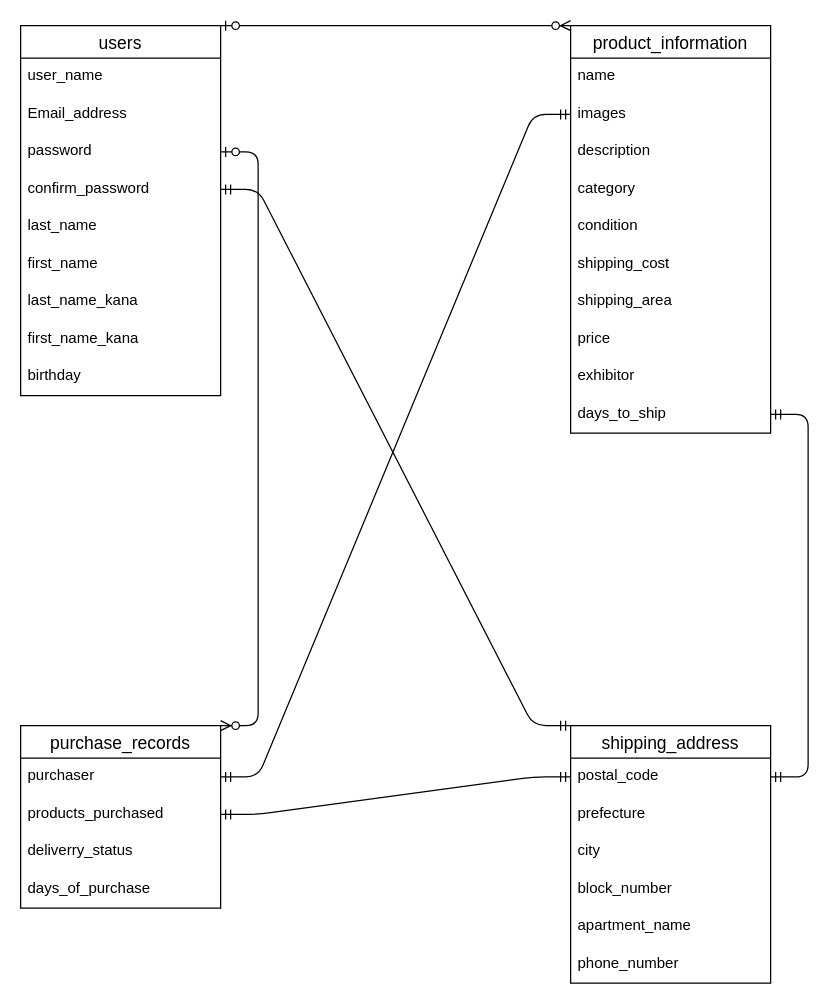
ren6161/furima-39189-d keeps this draw.io diagram as ER.dio. Above is the earlier version. Source tidied: cells renumbered, new cells numbered last; positions are measured from the earlier drawing's top-left corner, leaving out a move shared by most shapes. Both pictures are drawn from the tidied source at 125%, with x=0, y=0 at pixel (20, 25).
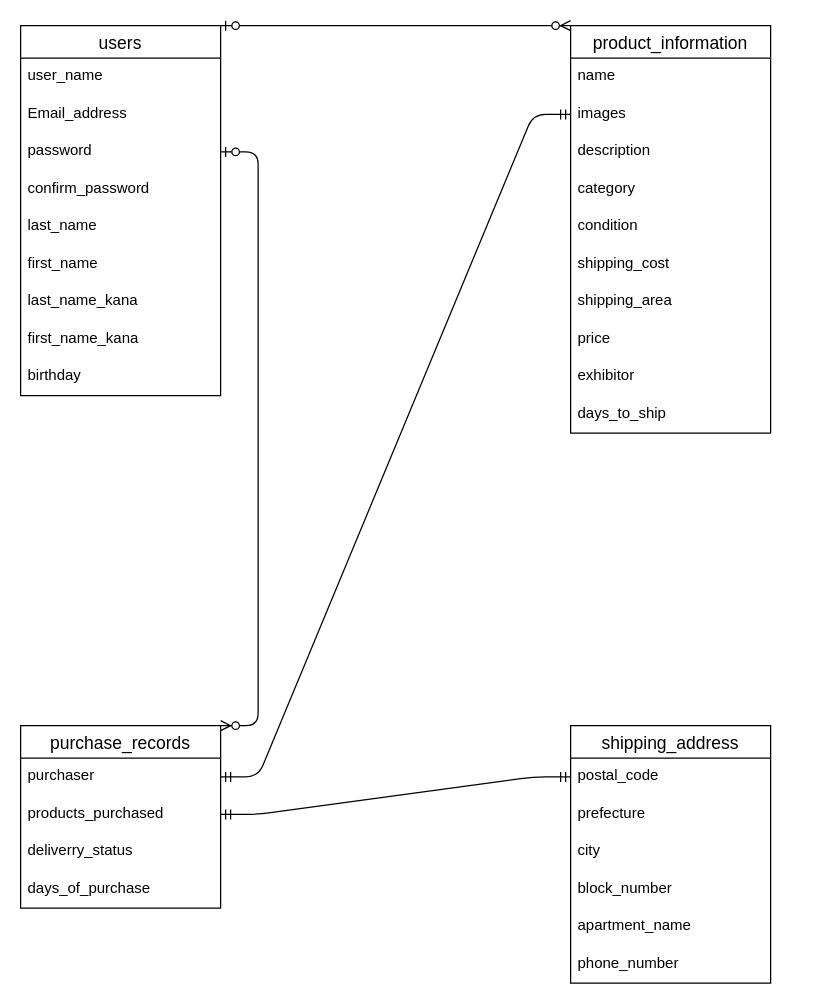
After the change.

Commit message (it also covers changes not shown here):
データベース設計５

Unchanged cells that the change refers to:
```xml
<mxCell id="6" value="confirm_password" style="text;strokeColor=none;fillColor=none;spacingLeft=4;spacingRight=4;overflow=hidden;points=[[0,0.5],[1,0.5]];portConstraint=eastwest;fontSize=12;" parent="2" vertex="1">
  <mxGeometry y="116" width="160" height="30" as="geometry" />
</mxCell>
<mxCell id="22" value="days_to_ship" style="text;strokeColor=none;fillColor=none;spacingLeft=4;spacingRight=4;overflow=hidden;points=[[0,0.5],[1,0.5]];portConstraint=eastwest;fontSize=12;" parent="12" vertex="1">
  <mxGeometry y="296" width="160" height="30" as="geometry" />
</mxCell>
<mxCell id="28" value="shipping_address" style="swimlane;fontStyle=0;horizontal=1;startSize=26;align=center;fontSize=14;" parent="1" vertex="1">
  <mxGeometry x="440" y="560" width="160" height="206" as="geometry" />
</mxCell>
<mxCell id="29" value="postal_code" style="text;strokeColor=none;fillColor=none;spacingLeft=4;spacingRight=4;overflow=hidden;points=[[0,0.5],[1,0.5]];portConstraint=eastwest;fontSize=12;" parent="28" vertex="1">
  <mxGeometry y="26" width="160" height="30" as="geometry" />
</mxCell>
```

What changed in the source:
```diff
@@
-    <mxCell id="39" style="edgeStyle=entityRelationEdgeStyle;fontSize=12;html=1;endArrow=ERmandOne;startArrow=ERmandOne;entryX=0;entryY=0;entryDx=0;entryDy=0;exitX=1;exitY=0.5;exitDx=0;exitDy=0;" parent="1" edge="1" source="6" target="28">
-      <mxGeometry relative="1" as="geometry" />
-    </mxCell>
-    <mxCell id="40" style="edgeStyle=entityRelationEdgeStyle;fontSize=12;html=1;endArrow=ERmandOne;startArrow=ERmandOne;exitX=1;exitY=0.5;exitDx=0;exitDy=0;entryX=1;entryY=0.5;entryDx=0;entryDy=0;" parent="1" edge="1" source="29" target="22">
-      <mxGeometry relative="1" as="geometry" />
-    </mxCell>
```
